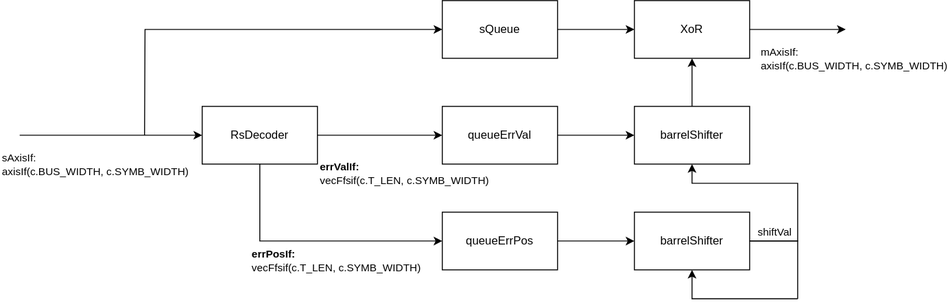
Earlier version of the draw.io export images/reed_solomon-RsBlockRecovery.drawio.svg (egorman44/Reed-Solomon). Source tidied: cells renumbered, new cells last; positions are measured from the earlier drawing's top-left corner, leaving out a move shared by most shapes.
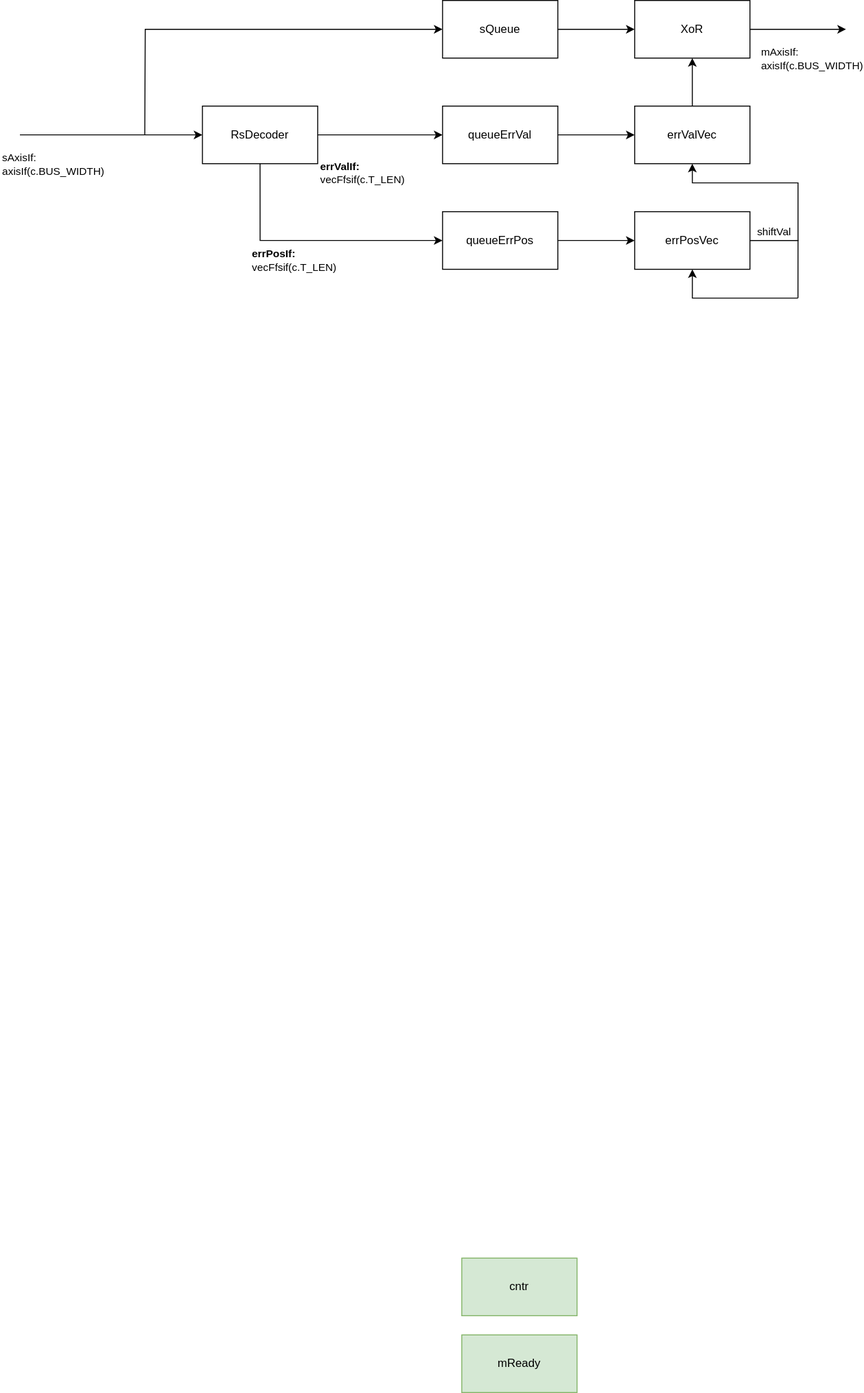
Later version of the same file.

Diff of the diagram source:
```diff
@@ -8,99 +8,105 @@
     <mxCell id="3" style="edgeStyle=orthogonalEdgeStyle;rounded=0;jettySize=auto;html=1;exitX=0.5;exitY=1;exitDx=0;exitDy=0;entryX=0;entryY=0.5;entryDx=0;entryDy=0;" parent="1" edge="1" source="6" target="14">
       <mxGeometry relative="1" as="geometry" />
     </mxCell>
-    <mxCell id="4" style="edgeStyle=orthogonalEdgeStyle;rounded=0;jettySize=auto;html=1;exitX=0;exitY=0.5;exitDx=0;exitDy=0;startArrow=classic;startFill=1;endArrow=none;" parent="1" edge="1" source="6">
-      <mxGeometry relative="1" as="geometry">
-        <mxPoint y="140" as="targetPoint" />
-      </mxGeometry>
-    </mxCell>
-    <mxCell id="5" value="sAxisIf:&lt;div&gt;axisIf(c.BUS_WIDTH, c.SYMB_WIDTH)&lt;/div&gt;" style="edgeLabel;html=1;align=left;verticalAlign=middle;" parent="4" vertex="1">
-      <mxGeometry x="0.85" y="-1" relative="1" as="geometry">
-        <mxPoint x="-34" y="31" as="offset" />
-      </mxGeometry>
-    </mxCell>
+    <mxCell id="26" style="edgeStyle=orthogonalEdgeStyle;rounded=0;jettySize=auto;html=1;exitX=0;exitY=0.5;exitDx=0;exitDy=0;startArrow=classic;startFill=1;endArrow=none;" parent="1" edge="1" source="6">
+      <mxGeometry relative="1" as="geometry">
+        <mxPoint y="140" as="targetPoint" />
+      </mxGeometry>
+    </mxCell>
+    <mxCell id="27" value="sAxisIf:&lt;div&gt;axisIf(c.BUS_WIDTH)&lt;/div&gt;" style="edgeLabel;html=1;align=left;verticalAlign=middle;" parent="26" vertex="1">
+      <mxGeometry x="0.85" y="-1" relative="1" as="geometry">
+        <mxPoint x="-34" y="31" as="offset" />
+      </mxGeometry>
+    </mxCell>
     <mxCell id="6" value="RsDecoder" style="rounded=0;whiteSpace=wrap;html=1;" parent="1" vertex="1">
       <mxGeometry x="190" y="110" width="120" height="60" as="geometry" />
     </mxCell>
-    <mxCell id="7" style="edgeStyle=orthogonalEdgeStyle;rounded=0;jettySize=auto;html=1;exitX=0;exitY=0.5;exitDx=0;exitDy=0;endArrow=none;endFill=1;startArrow=classic;startFill=1;" parent="1" edge="1" source="9">
-      <mxGeometry relative="1" as="geometry">
-        <mxPoint x="130" y="140" as="targetPoint" />
-      </mxGeometry>
-    </mxCell>
+    <mxCell id="28" style="edgeStyle=orthogonalEdgeStyle;rounded=0;jettySize=auto;html=1;exitX=0;exitY=0.5;exitDx=0;exitDy=0;endArrow=none;endFill=1;startArrow=classic;startFill=1;" parent="1" edge="1" source="9">
+      <mxGeometry relative="1" as="geometry">
+        <mxPoint x="130" y="140" as="targetPoint" />
+      </mxGeometry>
+    </mxCell>
     <mxCell id="8" style="edgeStyle=orthogonalEdgeStyle;rounded=0;jettySize=auto;html=1;entryX=0;entryY=0.5;entryDx=0;entryDy=0;" parent="1" edge="1" source="9" target="17">
       <mxGeometry relative="1" as="geometry" />
     </mxCell>
     <mxCell id="9" value="sQueue" style="rounded=0;whiteSpace=wrap;html=1;" parent="1" vertex="1">
       <mxGeometry x="440" width="120" height="60" as="geometry" />
     </mxCell>
-    <mxCell id="10" style="edgeStyle=orthogonalEdgeStyle;rounded=0;jettySize=auto;html=1;" parent="1" edge="1" source="11" target="19">
-      <mxGeometry relative="1" as="geometry" />
-    </mxCell>
+    <mxCell id="29" style="edgeStyle=orthogonalEdgeStyle;rounded=0;jettySize=auto;html=1;" parent="1" edge="1" source="11" target="35">
+      <mxGeometry relative="1" as="geometry" />
+    </mxCell>
     <mxCell id="11" value="queueErrVal" style="rounded=0;whiteSpace=wrap;html=1;" parent="1" vertex="1">
       <mxGeometry x="440" y="110" width="120" height="60" as="geometry" />
     </mxCell>
-    <mxCell id="12" value="&lt;b style=&quot;text-align: center;&quot;&gt;errValIf:&lt;/b&gt;&lt;div style=&quot;text-align: center;&quot;&gt;vecFfsif(c.T_LEN, c.SYMB_WIDTH)&lt;/div&gt;" style="edgeLabel;html=1;align=left;verticalAlign=middle;labelBackgroundColor=none;" parent="1" vertex="1">
-      <mxGeometry x="320" y="180" as="geometry">
-        <mxPoint x="-9" y="-1" as="offset" />
-      </mxGeometry>
-    </mxCell>
-    <mxCell id="13" style="edgeStyle=orthogonalEdgeStyle;rounded=0;jettySize=auto;html=1;" parent="1" edge="1" source="14" target="24">
-      <mxGeometry relative="1" as="geometry" />
-    </mxCell>
+    <mxCell id="30" value="&lt;b style=&quot;text-align: center;&quot;&gt;errValIf:&lt;/b&gt;&lt;div style=&quot;text-align: center;&quot;&gt;vecFfsif(c.T_LEN)&lt;/div&gt;" style="edgeLabel;html=1;align=left;verticalAlign=middle;labelBackgroundColor=none;" parent="1" vertex="1">
+      <mxGeometry x="320" y="180" as="geometry">
+        <mxPoint x="-9" y="-1" as="offset" />
+      </mxGeometry>
+    </mxCell>
+    <mxCell id="31" style="edgeStyle=orthogonalEdgeStyle;rounded=0;jettySize=auto;html=1;" parent="1" edge="1" source="14" target="39">
+      <mxGeometry relative="1" as="geometry" />
+    </mxCell>
     <mxCell id="14" value="queueErrPos" style="rounded=0;whiteSpace=wrap;html=1;" parent="1" vertex="1">
       <mxGeometry x="440" y="220" width="120" height="60" as="geometry" />
     </mxCell>
-    <mxCell id="15" value="&lt;b&gt;errPosIf:&lt;br&gt;&lt;/b&gt;&lt;span style=&quot;background-color: transparent; color: light-dark(rgb(0, 0, 0), rgb(255, 255, 255));&quot;&gt;vecFfsif(c.T_LEN, c.SYMB_WIDTH)&lt;/span&gt;" style="edgeLabel;html=1;align=left;verticalAlign=middle;labelBackgroundColor=none;" parent="1" vertex="1">
-      <mxGeometry x="240" y="270" as="geometry" />
-    </mxCell>
-    <mxCell id="16" style="edgeStyle=orthogonalEdgeStyle;rounded=0;jettySize=auto;html=1;" parent="1" edge="1" source="17">
-      <mxGeometry relative="1" as="geometry">
-        <mxPoint x="860" y="30" as="targetPoint" />
-      </mxGeometry>
-    </mxCell>
+    <mxCell id="32" value="&lt;b&gt;errPosIf:&lt;br&gt;&lt;/b&gt;&lt;span style=&quot;background-color: transparent; color: light-dark(rgb(0, 0, 0), rgb(255, 255, 255));&quot;&gt;vecFfsif(c.T_LEN)&lt;/span&gt;" style="edgeLabel;html=1;align=left;verticalAlign=middle;labelBackgroundColor=none;" parent="1" vertex="1">
+      <mxGeometry x="240" y="270" as="geometry" />
+    </mxCell>
+    <mxCell id="33" style="edgeStyle=orthogonalEdgeStyle;rounded=0;jettySize=auto;html=1;" parent="1" edge="1" source="17">
+      <mxGeometry relative="1" as="geometry">
+        <mxPoint x="860" y="30" as="targetPoint" />
+      </mxGeometry>
+    </mxCell>
     <mxCell id="17" value="XoR" style="rounded=0;whiteSpace=wrap;html=1;" parent="1" vertex="1">
       <mxGeometry x="640" width="120" height="60" as="geometry" />
     </mxCell>
-    <mxCell id="18" style="edgeStyle=orthogonalEdgeStyle;rounded=0;jettySize=auto;html=1;exitX=0.5;exitY=0;exitDx=0;exitDy=0;" parent="1" edge="1" source="19" target="17">
-      <mxGeometry relative="1" as="geometry" />
-    </mxCell>
-    <mxCell id="19" value="barrelShifter" style="rounded=0;whiteSpace=wrap;html=1;" parent="1" vertex="1">
-      <mxGeometry x="640" y="110" width="120" height="60" as="geometry" />
-    </mxCell>
-    <mxCell id="20" style="edgeStyle=orthogonalEdgeStyle;rounded=0;jettySize=auto;html=1;entryX=0.5;entryY=1;entryDx=0;entryDy=0;" parent="1" edge="1" source="24" target="19">
-      <mxGeometry relative="1" as="geometry">
-        <Array as="points">
-          <mxPoint x="810" y="250" />
-          <mxPoint x="810" y="190" />
-          <mxPoint x="700" y="190" />
-        </Array>
-      </mxGeometry>
-    </mxCell>
+    <mxCell id="34" style="edgeStyle=orthogonalEdgeStyle;rounded=0;jettySize=auto;html=1;exitX=0.5;exitY=0;exitDx=0;exitDy=0;" parent="1" edge="1" source="35" target="17">
+      <mxGeometry relative="1" as="geometry" />
+    </mxCell>
+    <mxCell id="35" value="errValVec" style="rounded=0;whiteSpace=wrap;html=1;" parent="1" vertex="1">
+      <mxGeometry x="640" y="110" width="120" height="60" as="geometry" />
+    </mxCell>
+    <mxCell id="36" style="edgeStyle=orthogonalEdgeStyle;rounded=0;jettySize=auto;html=1;entryX=0.5;entryY=1;entryDx=0;entryDy=0;" parent="1" edge="1" source="39" target="35">
+      <mxGeometry relative="1" as="geometry">
+        <Array as="points">
+          <mxPoint x="810" y="250" />
+          <mxPoint x="810" y="190" />
+          <mxPoint x="700" y="190" />
+        </Array>
+      </mxGeometry>
+    </mxCell>
-    <mxCell id="21" value="shiftVal" style="edgeLabel;html=1;align=center;verticalAlign=middle;" parent="20" vertex="1">
+    <mxCell id="21" value="shiftVal" style="edgeLabel;html=1;align=center;verticalAlign=middle;" parent="36" vertex="1">
       <mxGeometry x="-0.04" relative="1" as="geometry">
         <mxPoint x="-20" y="50" as="offset" />
       </mxGeometry>
     </mxCell>
-    <mxCell id="22" style="edgeStyle=orthogonalEdgeStyle;rounded=0;jettySize=auto;html=1;endArrow=none;startFill=0;" parent="1" edge="1" source="24">
-      <mxGeometry relative="1" as="geometry">
-        <mxPoint x="810" y="310" as="targetPoint" />
-        <Array as="points">
-          <mxPoint x="810" y="250" />
-        </Array>
-      </mxGeometry>
-    </mxCell>
-    <mxCell id="23" style="edgeStyle=orthogonalEdgeStyle;rounded=0;jettySize=auto;html=1;endArrow=none;startFill=1;startArrow=classic;" parent="1" edge="1" source="24">
-      <mxGeometry relative="1" as="geometry">
-        <mxPoint x="810" y="310" as="targetPoint" />
-        <Array as="points">
-          <mxPoint x="700" y="310" />
-        </Array>
-      </mxGeometry>
-    </mxCell>
-    <mxCell id="24" value="barrelShifter" style="rounded=0;whiteSpace=wrap;html=1;" parent="1" vertex="1">
-      <mxGeometry x="640" y="220" width="120" height="60" as="geometry" />
-    </mxCell>
-    <mxCell id="25" value="mAxisIf:&lt;div&gt;axisIf(c.BUS_WIDTH, c.SYMB_WIDTH)&lt;/div&gt;" style="edgeLabel;html=1;align=left;verticalAlign=middle;" parent="1" vertex="1">
-      <mxGeometry x="770" y="60" as="geometry" />
-    </mxCell>
+    <mxCell id="37" style="edgeStyle=orthogonalEdgeStyle;rounded=0;jettySize=auto;html=1;endArrow=none;startFill=0;" parent="1" edge="1" source="39">
+      <mxGeometry relative="1" as="geometry">
+        <mxPoint x="810" y="310" as="targetPoint" />
+        <Array as="points">
+          <mxPoint x="810" y="250" />
+        </Array>
+      </mxGeometry>
+    </mxCell>
+    <mxCell id="38" style="edgeStyle=orthogonalEdgeStyle;rounded=0;jettySize=auto;html=1;endArrow=none;startFill=1;startArrow=classic;" parent="1" edge="1" source="39">
+      <mxGeometry relative="1" as="geometry">
+        <mxPoint x="810" y="310" as="targetPoint" />
+        <Array as="points">
+          <mxPoint x="700" y="310" />
+        </Array>
+      </mxGeometry>
+    </mxCell>
+    <mxCell id="39" value="errPosVec" style="rounded=0;whiteSpace=wrap;html=1;" parent="1" vertex="1">
+      <mxGeometry x="640" y="220" width="120" height="60" as="geometry" />
+    </mxCell>
+    <mxCell id="40" value="mAxisIf:&lt;div&gt;axisIf(c.BUS_WIDTH)&lt;/div&gt;" style="edgeLabel;html=1;align=left;verticalAlign=middle;" parent="1" vertex="1">
+      <mxGeometry x="770" y="60" as="geometry" />
+    </mxCell>
+    <mxCell id="41" value="cntr" style="rounded=0;whiteSpace=wrap;html=1;fillColor=#d5e8d4;strokeColor=#82b366;" parent="1" vertex="1">
+      <mxGeometry x="460" y="1310" width="120" height="60" as="geometry" />
+    </mxCell>
+    <mxCell id="42" value="mReady" style="rounded=0;whiteSpace=wrap;html=1;fillColor=#d5e8d4;strokeColor=#82b366;" parent="1" vertex="1">
+      <mxGeometry x="460" y="1390" width="120" height="60" as="geometry" />
+    </mxCell>
   </root>
 </mxGraphModel>
```
